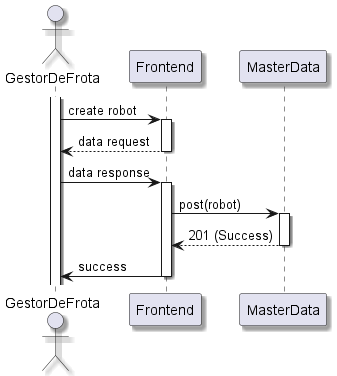
The PlantUML diagram docs/Sprint B/1210913/us1010/us1010-NVL2.png in pedrocmesquita/RobDroneGo, before a commit.
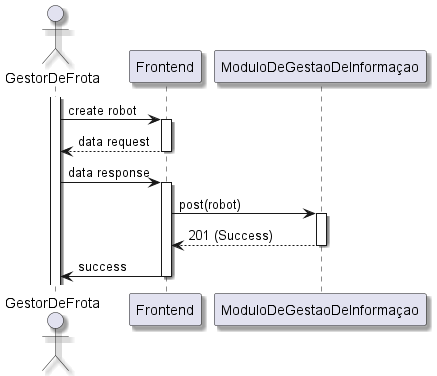
Later version of the same file.

Change to the diagram source:
```diff
@@ -14,10 +14,10 @@
 deactivate Frontend
 GestorDeFrota -> Frontend: data response
 activate Frontend
-Frontend -> MasterData: post(robot)
-activate MasterData
-MasterData --> Frontend: 201 (Success)
-deactivate MasterData
+Frontend -> ModuloDeGestaoDeInformaçao: post(robot)
+activate ModuloDeGestaoDeInformaçao
+ModuloDeGestaoDeInformaçao --> Frontend: 201 (Success)
+deactivate ModuloDeGestaoDeInformaçao
 Frontend -> GestorDeFrota: success
 deactivate Frontend
 
```
